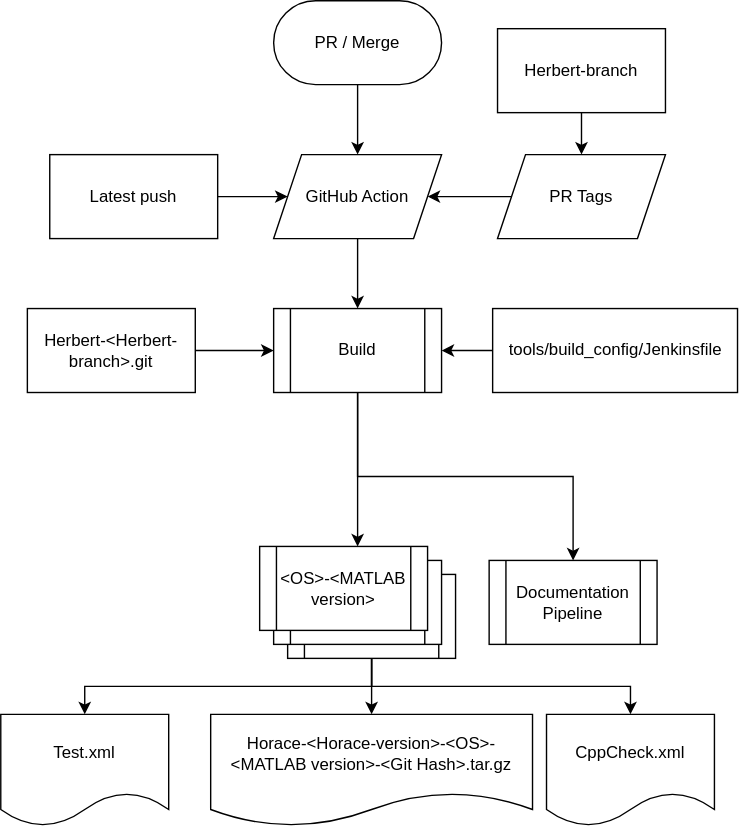
Above: documentation/smg/images/08_HoracePR.svg in pace-neutrons/Horace (draw.io), before the change. Source tidied: cells renumbered, new cells last; positions are measured from the earlier drawing's top-left corner, leaving out a move shared by most shapes.
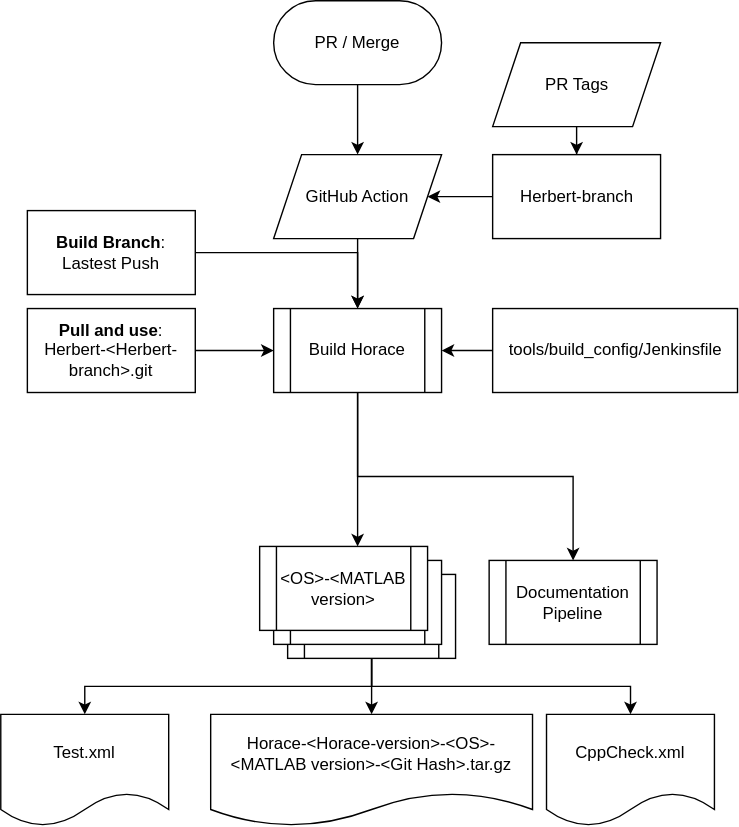
After the change.

The edit, as a diff of the source:
```diff
@@ -41,17 +41,17 @@
     <mxCell id="14" value="CppCheck.xml" style="shape=document;whiteSpace=wrap;html=1;boundedLbl=1;" parent="1" vertex="1">
       <mxGeometry x="390" y="510" width="120" height="80" as="geometry" />
     </mxCell>
-    <mxCell id="15" style="edgeStyle=orthogonalEdgeStyle;rounded=0;jettySize=auto;html=1;exitX=0;exitY=0.5;exitDx=0;exitDy=0;" parent="1" edge="1" source="16" target="10">
-      <mxGeometry relative="1" as="geometry" />
-    </mxCell>
+    <mxCell id="30" style="edgeStyle=orthogonalEdgeStyle;rounded=0;jettySize=auto;html=1;" parent="1" edge="1" source="16" target="26">
+      <mxGeometry relative="1" as="geometry" />
+    </mxCell>
     <mxCell id="16" value="PR Tags" style="shape=parallelogram;perimeter=parallelogramPerimeter;whiteSpace=wrap;html=1;fixedSize=1;" parent="1" vertex="1">
-      <mxGeometry x="355" y="110" width="120" height="60" as="geometry" />
+      <mxGeometry x="351.5" y="30" width="120" height="60" as="geometry" />
     </mxCell>
-    <mxCell id="17" style="edgeStyle=orthogonalEdgeStyle;rounded=0;jettySize=auto;html=1;" parent="1" edge="1" source="18" target="10">
-      <mxGeometry relative="1" as="geometry" />
-    </mxCell>
+    <mxCell id="31" style="edgeStyle=orthogonalEdgeStyle;rounded=0;jettySize=auto;html=1;exitX=1;exitY=0.5;exitDx=0;exitDy=0;" parent="1" edge="1" source="18" target="21">
+      <mxGeometry relative="1" as="geometry" />
+    </mxCell>
-    <mxCell id="18" value="Latest push" style="rounded=0;whiteSpace=wrap;html=1;" parent="1" vertex="1">
-      <mxGeometry x="35" y="110" width="120" height="60" as="geometry" />
+    <mxCell id="18" value="&lt;b&gt;Build Branch&lt;/b&gt;:&lt;br&gt;Lastest Push" style="rounded=0;whiteSpace=wrap;html=1;" parent="1" vertex="1">
+      <mxGeometry x="19" y="150" width="120" height="60" as="geometry" />
     </mxCell>
     <mxCell id="19" style="edgeStyle=orthogonalEdgeStyle;rounded=0;jettySize=auto;html=1;exitX=0.5;exitY=1;exitDx=0;exitDy=0;" parent="1" edge="1" source="21" target="24">
       <mxGeometry relative="1" as="geometry" />
@@ -64,7 +64,7 @@
         </Array>
       </mxGeometry>
     </mxCell>
-    <mxCell id="21" value="Build" style="shape=process;whiteSpace=wrap;html=1;backgroundOutline=1;" parent="1" vertex="1">
+    <mxCell id="21" value="Build Horace" style="shape=process;whiteSpace=wrap;html=1;backgroundOutline=1;" parent="1" vertex="1">
       <mxGeometry x="195" y="220" width="120" height="60" as="geometry" />
     </mxCell>
     <mxCell id="22" style="edgeStyle=orthogonalEdgeStyle;rounded=0;jettySize=auto;html=1;exitX=0;exitY=0.5;exitDx=0;exitDy=0;" parent="1" edge="1" source="23" target="21">
@@ -76,16 +76,16 @@
     <mxCell id="24" value="Documentation&lt;br&gt;Pipeline" style="shape=process;whiteSpace=wrap;html=1;backgroundOutline=1;shadow=0;sketch=0;fillColor=#ffffff;" parent="1" vertex="1">
       <mxGeometry x="349" y="400" width="120" height="60" as="geometry" />
     </mxCell>
-    <mxCell id="25" style="edgeStyle=orthogonalEdgeStyle;rounded=0;jettySize=auto;html=1;" parent="1" edge="1" source="26" target="16">
-      <mxGeometry relative="1" as="geometry" />
-    </mxCell>
+    <mxCell id="32" style="edgeStyle=orthogonalEdgeStyle;rounded=0;jettySize=auto;html=1;" parent="1" edge="1" source="26" target="10">
+      <mxGeometry relative="1" as="geometry" />
+    </mxCell>
     <mxCell id="26" value="Herbert-branch" style="rounded=0;whiteSpace=wrap;html=1;shadow=0;sketch=0;fillColor=#ffffff;" parent="1" vertex="1">
-      <mxGeometry x="355" y="20" width="120" height="60" as="geometry" />
+      <mxGeometry x="351.5" y="110" width="120" height="60" as="geometry" />
     </mxCell>
     <mxCell id="27" style="edgeStyle=orthogonalEdgeStyle;rounded=0;jettySize=auto;html=1;" parent="1" edge="1" source="28" target="21">
       <mxGeometry relative="1" as="geometry" />
     </mxCell>
-    <mxCell id="28" value="Herbert-&amp;lt;Herbert-branch&amp;gt;.git" style="rounded=0;whiteSpace=wrap;html=1;shadow=0;sketch=0;fillColor=#ffffff;" parent="1" vertex="1">
+    <mxCell id="28" value="&lt;b&gt;Pull and use&lt;/b&gt;:&lt;br&gt;Herbert-&amp;lt;Herbert-branch&amp;gt;.git" style="rounded=0;whiteSpace=wrap;html=1;shadow=0;sketch=0;fillColor=#ffffff;" parent="1" vertex="1">
       <mxGeometry x="19" y="220" width="120" height="60" as="geometry" />
     </mxCell>
     <mxCell id="29" value="&amp;lt;OS&amp;gt;-&amp;lt;MATLAB version&amp;gt;" style="shape=process;whiteSpace=wrap;html=1;backgroundOutline=1;" parent="1" vertex="1">
```
